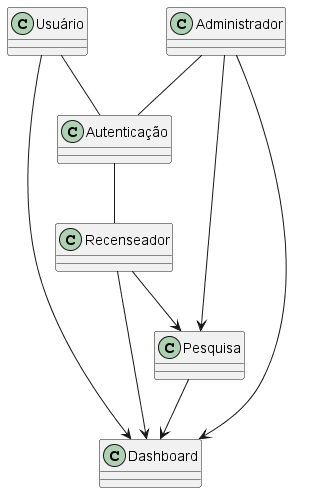
Before: docs/assets/Diagrama_de_Classes/diagrama_de_classes.png, a diagram exported from PlantUML (Projetos-de-Extensao/PBE_25.1_8002_QuarterBackers).
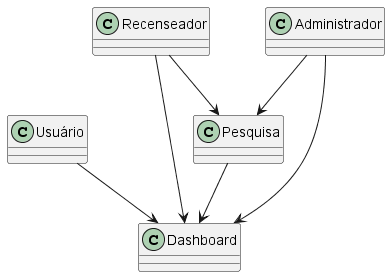
After the commit.

Commit message:
update diagrama_de_classes

What changed in the source:
```diff
@@ -1,4 +1,4 @@
-@startuml FastDelivery_DiagramaClasses
+@startuml diagrama_de_classes
 
 class Usuário {
 }
@@ -15,16 +15,10 @@
 class Dashboard {
 }
 
-class Autenticação{
-}
-
 Usuário  -->  Dashboard
-Autenticação -- Recenseador
-Administrador -- Autenticação
 Pesquisa --> Dashboard
 Administrador --> Pesquisa
 Recenseador --> Pesquisa
-Usuário -- Autenticação
 Recenseador --> Dashboard
 Administrador --> Dashboard
 
```
